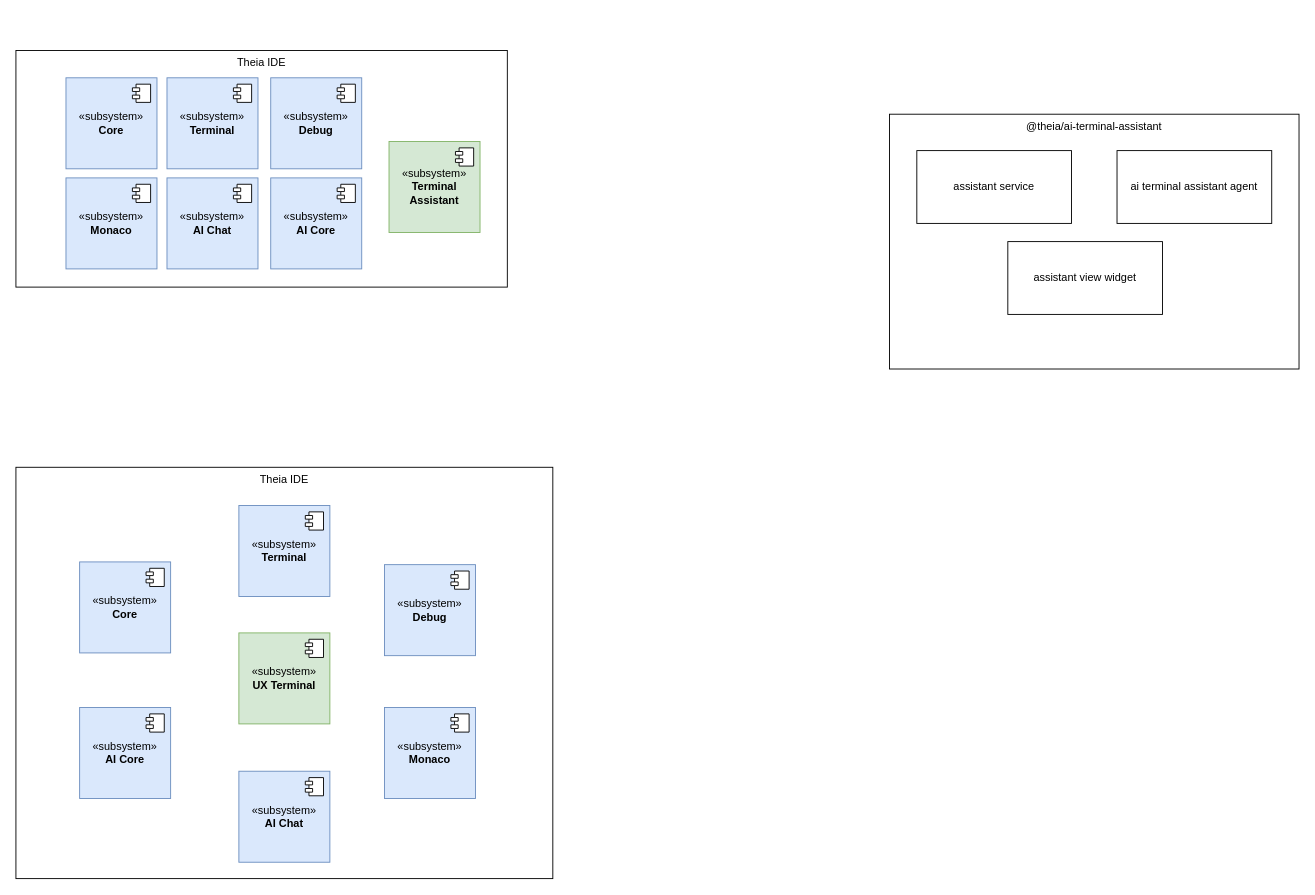
This is figures/theia-extensions-subsystems.drawio from Fangoling/bachelor-thesis, a draw.io file, before an edit. Source tidied: cells renumbered, new cells numbered last; positions are measured from the earlier drawing's top-left corner, leaving out a move shared by most shapes. Both pictures are drawn from the tidied source at 91%, with x=0, y=0 at pixel (15, 15).
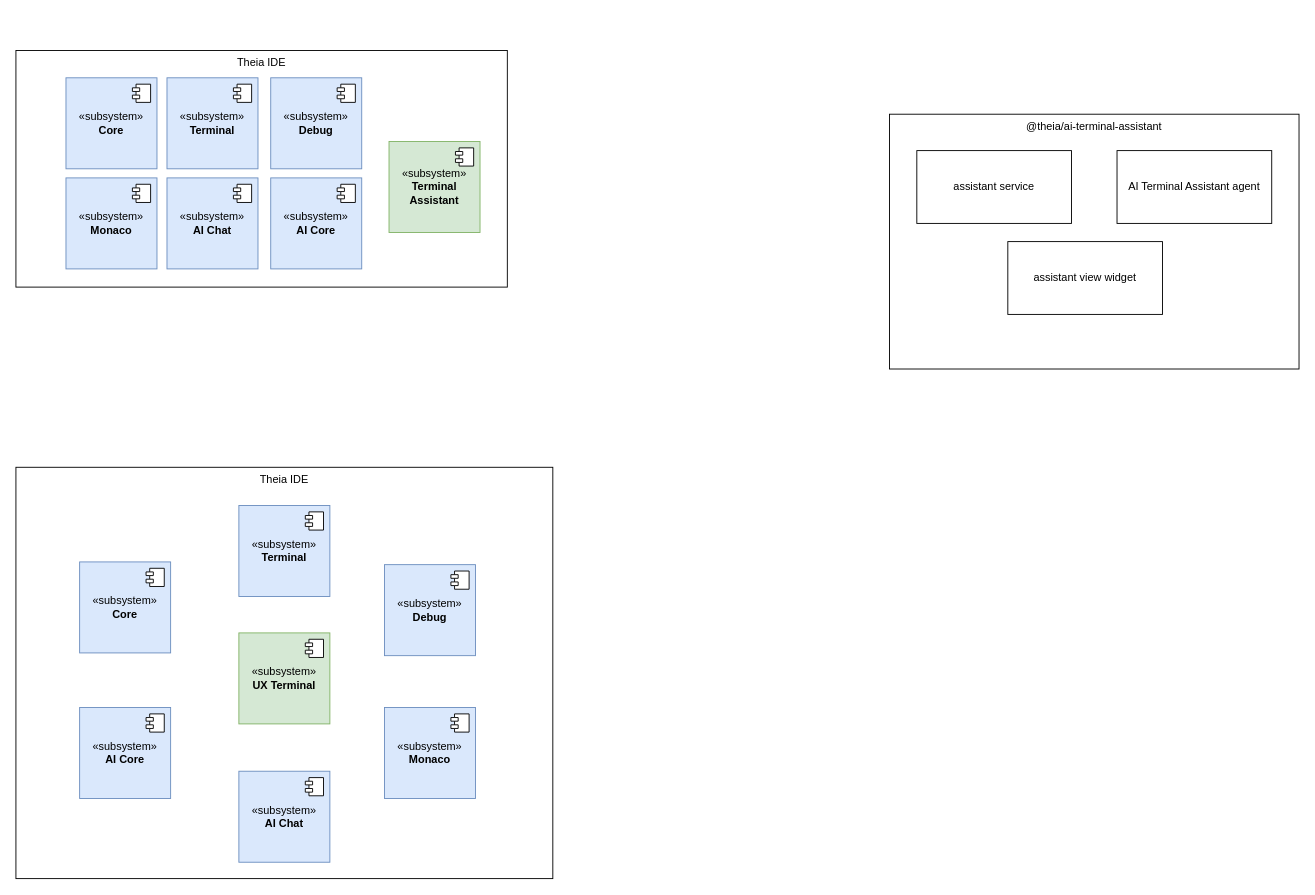
The same page after the edit.

The edit, as a diff of the source:
```diff
@@
-    <mxCell id="42" value="ai terminal assistant agent" style="rounded=0;whiteSpace=wrap;html=1;" parent="1" vertex="1">
+    <mxCell id="42" value="AI Terminal Assistant agent" style="rounded=0;whiteSpace=wrap;html=1;" parent="1" vertex="1">
       <mxGeometry x="1210" y="148" width="170" height="80" as="geometry" />
     </mxCell>
```
